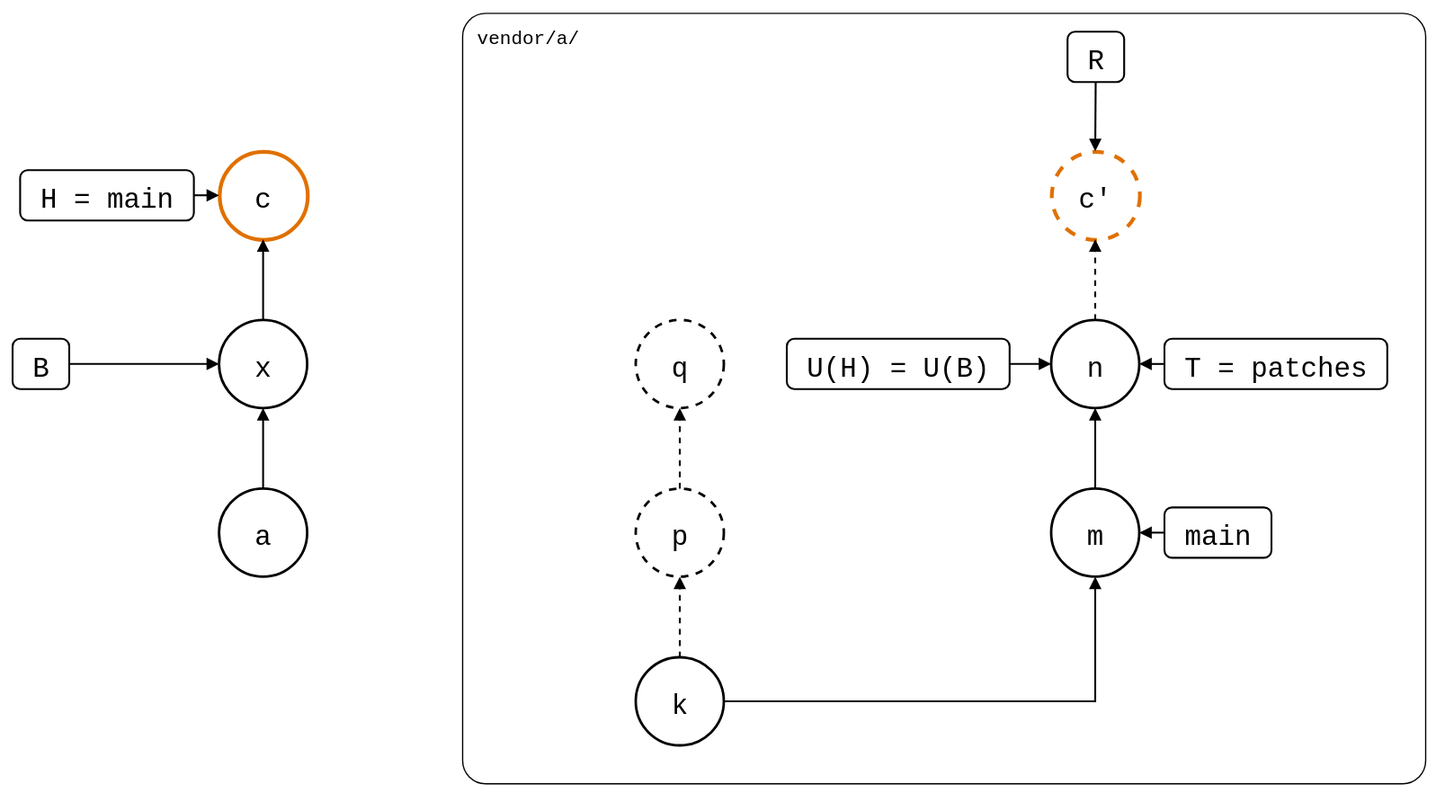
This is test/scenarios/06-rewritten-history/04-patch-branch-rebased/01-unpushed-local-commit/rebased-onto-pull.drawio.svg from roschaefer/git-splice, a draw.io export, as it was before one commit. Source tidied: cells renumbered, new cells last; positions are measured from the earlier drawing's top-left corner, leaving out a move shared by most shapes.
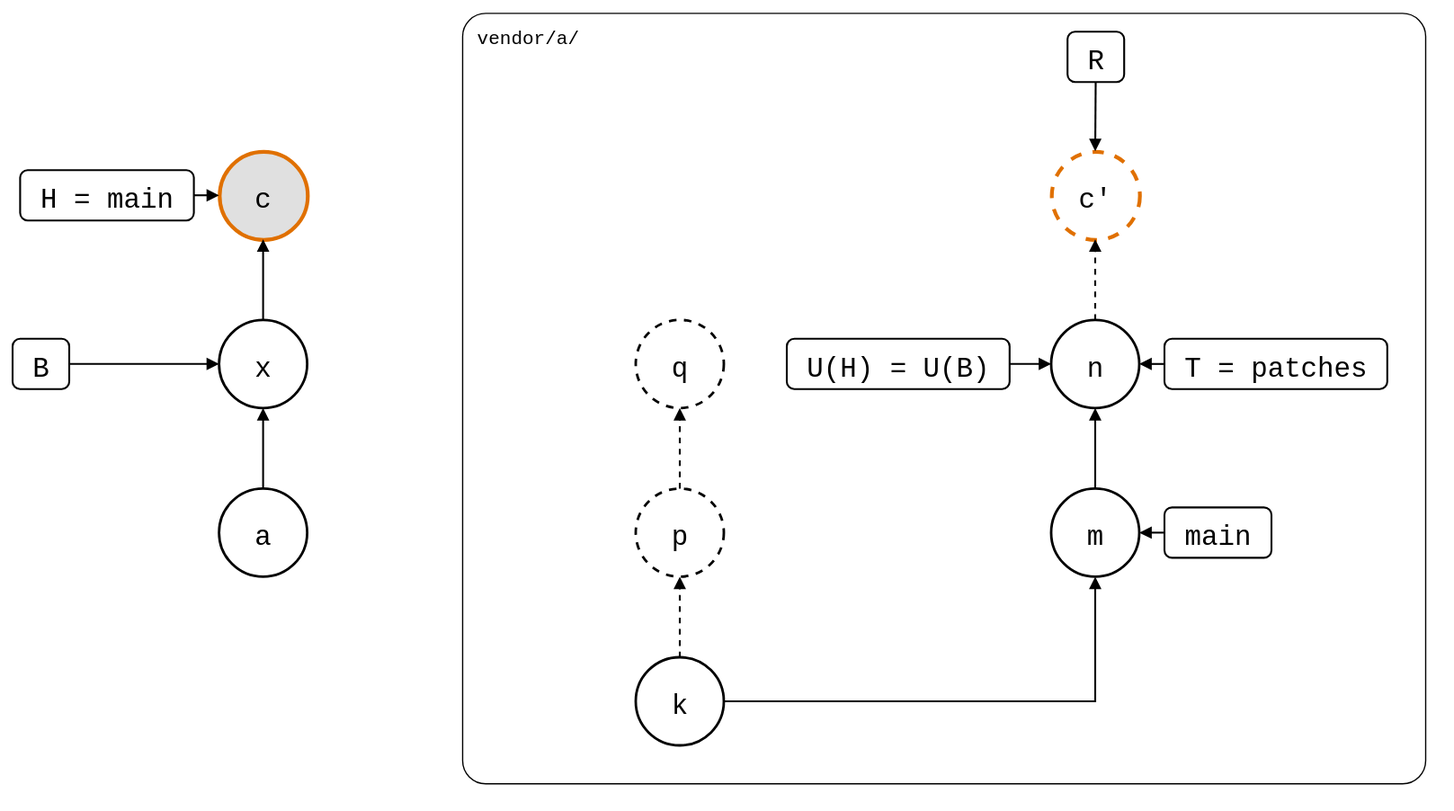
Later version of the same file.

The edit, as a diff of the source:
```diff
@@ -29,7 +29,7 @@
     <mxCell id="10" value="x" style="ellipse;strokeWidth=2;fontSize=22;fontFamily=Roboto Mono,monospace;" parent="1" vertex="1">
       <mxGeometry x="164" y="244" width="70" height="70" as="geometry" />
     </mxCell>
-    <mxCell id="11" value="c" style="ellipse;fontSize=22;fontFamily=Roboto Mono,monospace;strokeColor=#E07000;strokeWidth=3;" parent="1" vertex="1">
+    <mxCell id="11" value="c" style="ellipse;fontSize=22;fontFamily=Roboto Mono,monospace;fillColor=#E0E0E0;strokeColor=#E07000;strokeWidth=3;" parent="1" vertex="1">
       <mxGeometry x="164" y="110" width="70" height="70" as="geometry" />
     </mxCell>
     <mxCell id="12" value="H = main" style="rounded=1;strokeWidth=1.5;fontSize=22;fontFamily=Roboto Mono,monospace;" parent="1" vertex="1">
```
